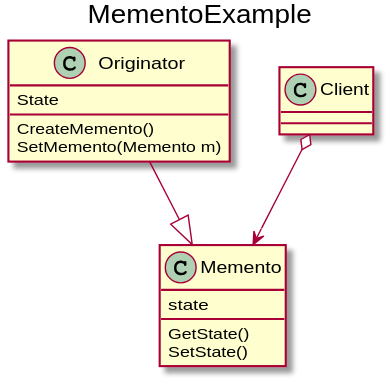
The PlantUML diagram uml_diagrams/memento.svg in BourbonCreams/DesignPatterns, before a commit.
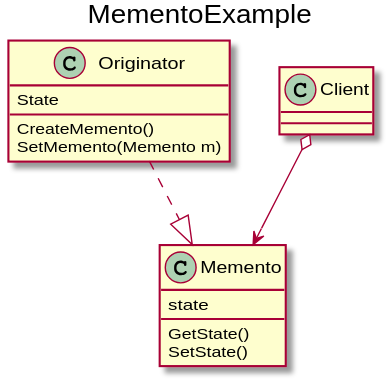
After the change.

Commit message:
Fix Memento's UML diagram changing an association to a dependency

The edit, as a diff of the source:
```diff
@@ -15,6 +15,6 @@
 
 class Client
 
-Originator --|> Memento
+Originator ..|> Memento
 Client o--> Memento
 @enduml
```
